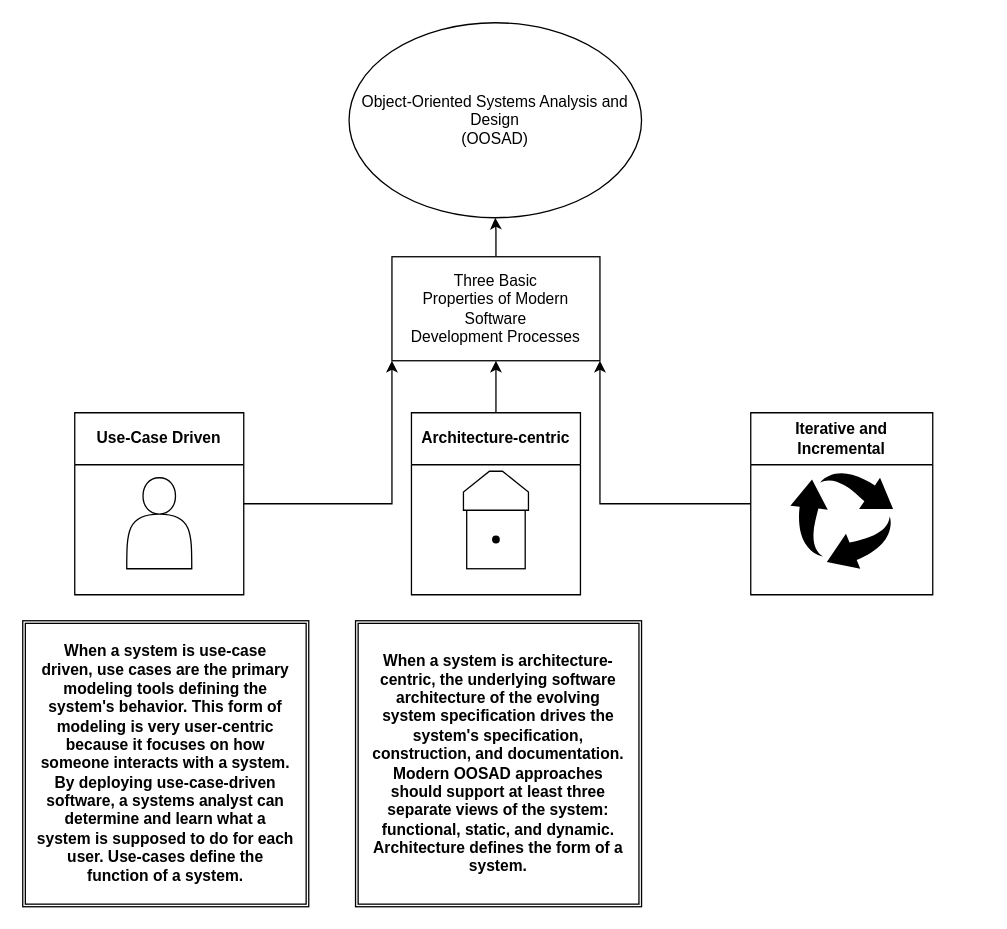
Before: Untitled Diagram.drawio in HJWC15/UML, a draw.io diagram. Source tidied: cells renumbered, new cells numbered last; positions are measured from the earlier drawing's top-left corner, leaving out a move shared by most shapes. Both pictures are drawn from the tidied source at 130%, with x=0, y=0 at pixel (22, 22).
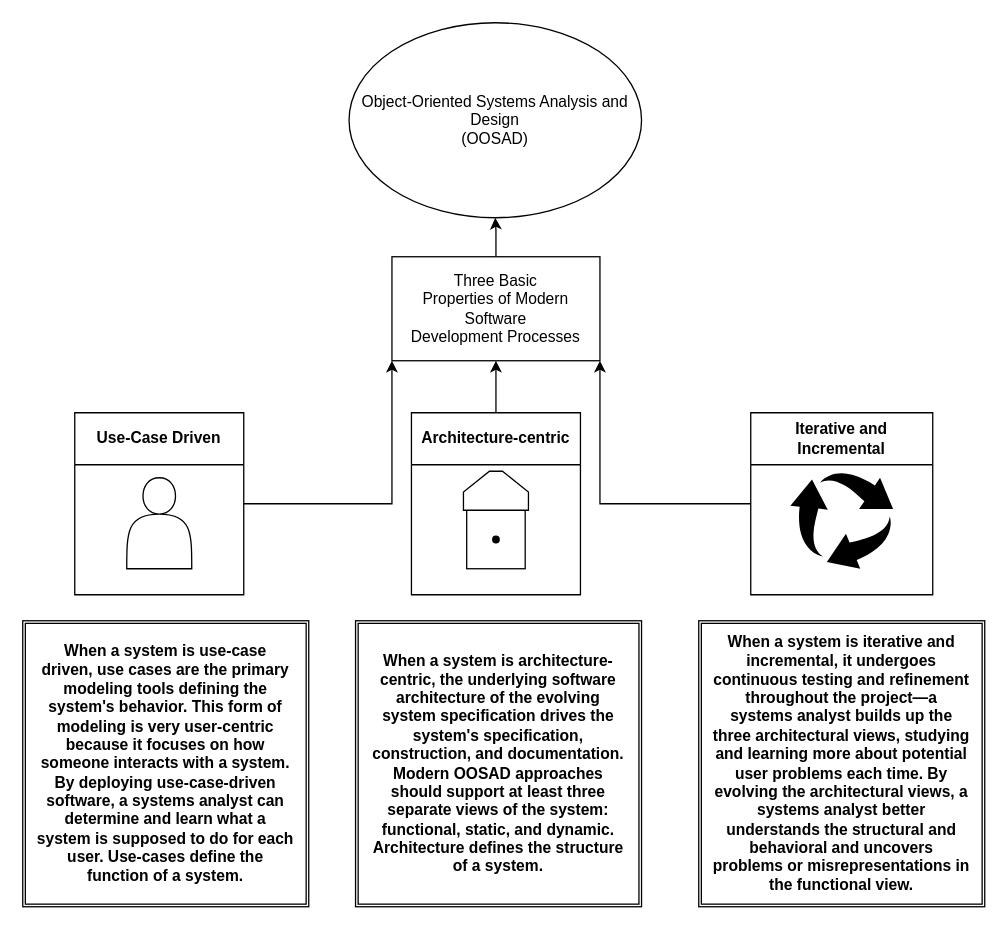
The same page after the edit.

The edit, as a diff of the source:
```diff
@@
-    <mxCell id="19" value="&lt;div style=&quot;&quot;&gt;&lt;span style=&quot;background-color: initial;&quot;&gt;When a system is architecture-centric, the underlying software architecture of the evolving system specification drives the system's specification, construction, and documentation. Modern OOSAD approaches should support at least three separate views of the system: functional, static, and dynamic. Architecture defines the form of a system.&lt;/span&gt;&lt;/div&gt;" style="text;html=1;strokeColor=none;fillColor=none;align=center;verticalAlign=middle;whiteSpace=wrap;rounded=0;fontStyle=1;" parent="1" vertex="1">
+    <mxCell id="19" value="&lt;div style=&quot;&quot;&gt;&lt;span style=&quot;background-color: initial;&quot;&gt;When a system is architecture-centric, the underlying software architecture of the evolving system specification drives the system's specification, construction, and documentation. Modern OOSAD approaches should support at least three separate views of the system: functional, static, and dynamic. Architecture defines the structure of a system.&lt;/span&gt;&lt;/div&gt;" style="text;html=1;strokeColor=none;fillColor=none;align=center;verticalAlign=middle;whiteSpace=wrap;rounded=0;fontStyle=1;" parent="1" vertex="1">
       <mxGeometry x="266" y="500" width="200" height="140" as="geometry" />
     </mxCell>
+    <mxCell id="20" style="shape=ext;double=1;whiteSpace=wrap;html=1;" parent="1" vertex="1">
+      <mxGeometry x="520" y="460" width="220" height="220" as="geometry" />
+    </mxCell>
+    <mxCell id="21" value="&lt;div style=&quot;&quot;&gt;&lt;span style=&quot;background-color: initial;&quot;&gt;When a system is iterative and incremental, it undergoes continuous testing and refinement throughout the project—a systems analyst builds up the three architectural views, studying and learning more about potential user problems each time. By evolving the architectural views, a systems analyst better understands the structural and behavioral and uncovers problems or misrepresentations in the functional view&lt;/span&gt;&lt;span style=&quot;background-color: initial;&quot;&gt;.&lt;/span&gt;&lt;/div&gt;" style="text;html=1;strokeColor=none;fillColor=none;align=center;verticalAlign=middle;whiteSpace=wrap;rounded=0;fontStyle=1;" parent="1" vertex="1">
+      <mxGeometry x="530" y="500" width="200" height="140" as="geometry" />
+    </mxCell>
```
